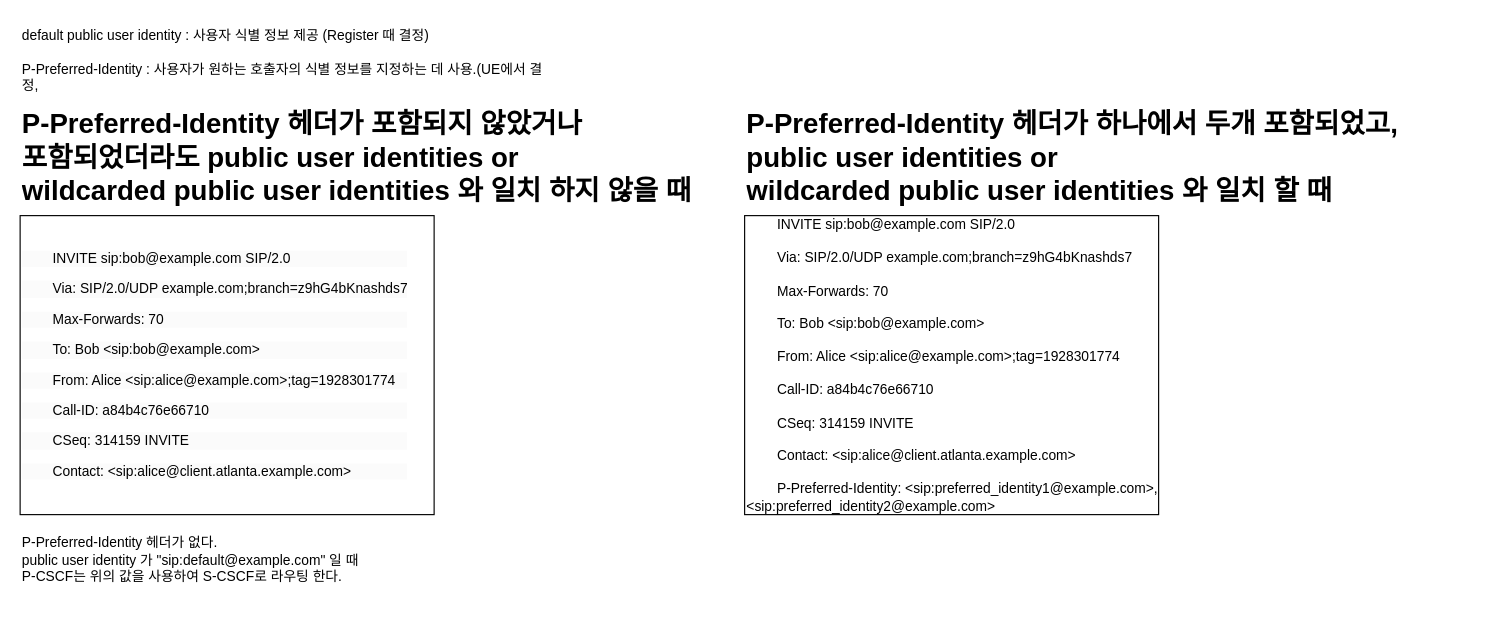
Before: 3gpp.24.229.i40.drawio in JaeHyeon774/NEWTIL, a draw.io diagram. Source tidied: cells renumbered, new cells numbered last; positions are measured from the earlier drawing's top-left corner, leaving out a move shared by most shapes. Both pictures are drawn from the tidied source at 115%, with x=0, y=0 at pixel (20, 20).
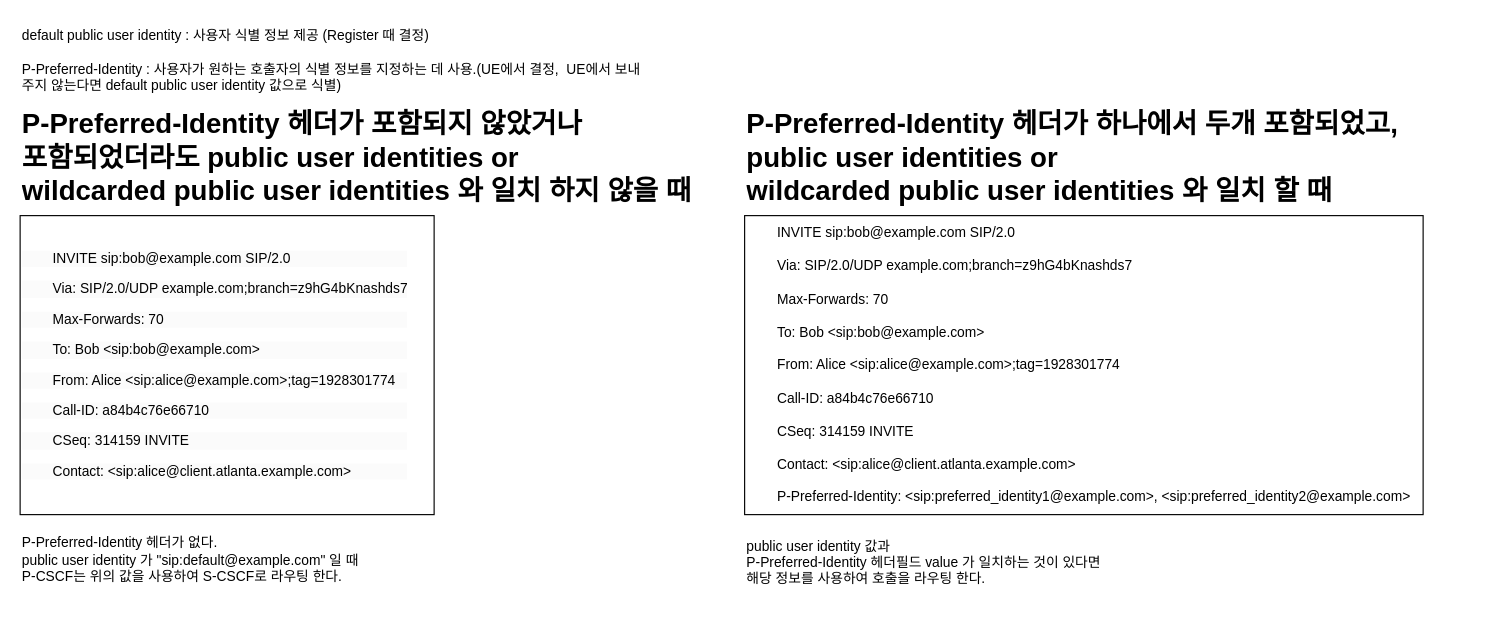
After the change.

Change to the diagram source:
```diff
@@
 <mxGraphModel>
   <root>
     <mxCell id="0" />
     <mxCell id="1" parent="0" />
-    <mxCell id="2" value="default public user identity :&amp;nbsp;사용자 식별 정보 제공 (Register 때 결정)&lt;div&gt;&lt;br&gt;&lt;div&gt;P-Preferred-Identity : 사용자가 원하는 호출자의 식별 정보를 지정하는 데 사용.(UE에서 결정,&amp;nbsp;&lt;/div&gt;&lt;/div&gt;" style="text;html=1;align=left;verticalAlign=middle;whiteSpace=wrap;rounded=0;" parent="1" vertex="1">
-      <mxGeometry width="460" height="70" as="geometry" />
+    <mxCell id="2" value="default public user identity :&amp;nbsp;사용자 식별 정보 제공 (Register 때 결정)&lt;div&gt;&lt;br&gt;&lt;div&gt;P-Preferred-Identity : 사용자가 원하는 호출자의 식별 정보를 지정하는 데 사용.(UE에서 결정,&amp;nbsp; UE에서 보내 주지 않는다면 default public user identity 값으로 식별)&lt;/div&gt;&lt;/div&gt;" style="text;html=1;align=left;verticalAlign=middle;whiteSpace=wrap;rounded=0;" parent="1" vertex="1">
+      <mxGeometry width="550" height="70" as="geometry" />
     </mxCell>
     <mxCell id="3" style="group;" parent="1" vertex="1">
       <mxGeometry y="70" width="630" height="440" as="geometry" />
     </mxCell>
     <mxCell id="4" value="&lt;h1 style=&quot;margin-top: 0px;&quot;&gt;P-Preferred-Identity 헤더가 포함되지 않았거나&lt;br&gt;포함되었더라도 public user identities or &lt;br&gt;wildcarded public user identities 와 일치 하지 않을 때&amp;nbsp;&amp;nbsp;&lt;/h1&gt;&lt;p&gt;&lt;span style=&quot;white-space: pre;&quot;&gt;&#9;&lt;/span&gt;&lt;br&gt;&lt;/p&gt;&lt;p&gt;&lt;span style=&quot;white-space: pre;&quot;&gt;&lt;span style=&quot;white-space: pre;&quot;&gt;&lt;span style=&quot;white-space: pre;&quot;&gt;&#9;&lt;/span&gt;&#9;&lt;/span&gt;&#9;&lt;/span&gt;&lt;br&gt;&lt;/p&gt;&lt;div&gt;&lt;br&gt;&lt;/div&gt;&lt;div&gt;&lt;br&gt;&lt;/div&gt;&lt;div&gt;&lt;br&gt;&lt;/div&gt;&lt;div&gt;&lt;br&gt;&lt;/div&gt;&lt;div&gt;&lt;br&gt;&lt;/div&gt;&lt;div&gt;&lt;br&gt;&lt;/div&gt;&lt;div&gt;&lt;br&gt;&lt;/div&gt;&lt;div&gt;&lt;br&gt;&lt;/div&gt;&lt;div&gt;&lt;br&gt;&lt;/div&gt;&lt;div&gt;&lt;br&gt;&lt;/div&gt;&lt;div&gt;&lt;br&gt;&lt;/div&gt;&lt;div&gt;&lt;br&gt;&lt;/div&gt;&lt;div&gt;&lt;br&gt;&lt;/div&gt;&lt;div&gt;&lt;br&gt;&lt;/div&gt;&lt;div&gt;&lt;br&gt;&lt;/div&gt;&lt;div&gt;P-Preferred-Identity 헤더가 없다.&lt;/div&gt;&lt;div&gt;public user identity 가 &quot;sip:default@example.com&quot; 일 때&lt;/div&gt;&lt;div&gt;P-CSCF는 위의 값을 사용하여 S-CSCF로 라우팅 한다.&amp;nbsp;&lt;/div&gt;" style="text;html=1;whiteSpace=wrap;overflow=hidden;rounded=0;" parent="3" vertex="1">
       <mxGeometry width="630" height="440" as="geometry" />
     </mxCell>
     <mxCell id="5" value="&lt;br&gt;&lt;p style=&quot;forced-color-adjust: none; color: rgb(0, 0, 0); font-family: Helvetica; font-size: 12px; font-style: normal; font-variant-ligatures: normal; font-variant-caps: normal; font-weight: 400; letter-spacing: normal; orphans: 2; text-indent: 0px; text-transform: none; widows: 2; word-spacing: 0px; -webkit-text-stroke-width: 0px; white-space: normal; background-color: rgb(251, 251, 251); text-decoration-thickness: initial; text-decoration-style: initial; text-decoration-color: initial;&quot;&gt;&lt;span style=&quot;white-space: pre;&quot;&gt;&#9;&lt;/span&gt;INVITE sip:bob@example.com SIP/2.0&lt;/p&gt;&lt;p style=&quot;forced-color-adjust: none; color: rgb(0, 0, 0); font-family: Helvetica; font-size: 12px; font-style: normal; font-variant-ligatures: normal; font-variant-caps: normal; font-weight: 400; letter-spacing: normal; orphans: 2; text-indent: 0px; text-transform: none; widows: 2; word-spacing: 0px; -webkit-text-stroke-width: 0px; white-space: normal; background-color: rgb(251, 251, 251); text-decoration-thickness: initial; text-decoration-style: initial; text-decoration-color: initial;&quot;&gt;&lt;span style=&quot;white-space: pre;&quot;&gt;&#9;&lt;/span&gt;Via: SIP/2.0/UDP example.com;branch=z9hG4bKnashds7&lt;/p&gt;&lt;p style=&quot;forced-color-adjust: none; color: rgb(0, 0, 0); font-family: Helvetica; font-size: 12px; font-style: normal; font-variant-ligatures: normal; font-variant-caps: normal; font-weight: 400; letter-spacing: normal; orphans: 2; text-indent: 0px; text-transform: none; widows: 2; word-spacing: 0px; -webkit-text-stroke-width: 0px; white-space: normal; background-color: rgb(251, 251, 251); text-decoration-thickness: initial; text-decoration-style: initial; text-decoration-color: initial;&quot;&gt;&lt;span style=&quot;white-space: pre;&quot;&gt;&#9;&lt;/span&gt;Max-Forwards: 70&lt;/p&gt;&lt;p style=&quot;forced-color-adjust: none; color: rgb(0, 0, 0); font-family: Helvetica; font-size: 12px; font-style: normal; font-variant-ligatures: normal; font-variant-caps: normal; font-weight: 400; letter-spacing: normal; orphans: 2; text-indent: 0px; text-transform: none; widows: 2; word-spacing: 0px; -webkit-text-stroke-width: 0px; white-space: normal; background-color: rgb(251, 251, 251); text-decoration-thickness: initial; text-decoration-style: initial; text-decoration-color: initial;&quot;&gt;&lt;span style=&quot;white-space: pre;&quot;&gt;&#9;&lt;/span&gt;To: Bob &amp;lt;sip:bob@example.com&amp;gt;&lt;/p&gt;&lt;p style=&quot;forced-color-adjust: none; color: rgb(0, 0, 0); font-family: Helvetica; font-size: 12px; font-style: normal; font-variant-ligatures: normal; font-variant-caps: normal; font-weight: 400; letter-spacing: normal; orphans: 2; text-indent: 0px; text-transform: none; widows: 2; word-spacing: 0px; -webkit-text-stroke-width: 0px; white-space: normal; background-color: rgb(251, 251, 251); text-decoration-thickness: initial; text-decoration-style: initial; text-decoration-color: initial;&quot;&gt;&lt;span style=&quot;white-space: pre;&quot;&gt;&#9;&lt;/span&gt;From: Alice &amp;lt;sip:alice@example.com&amp;gt;;tag=1928301774&lt;/p&gt;&lt;p style=&quot;forced-color-adjust: none; color: rgb(0, 0, 0); font-family: Helvetica; font-size: 12px; font-style: normal; font-variant-ligatures: normal; font-variant-caps: normal; font-weight: 400; letter-spacing: normal; orphans: 2; text-indent: 0px; text-transform: none; widows: 2; word-spacing: 0px; -webkit-text-stroke-width: 0px; white-space: normal; background-color: rgb(251, 251, 251); text-decoration-thickness: initial; text-decoration-style: initial; text-decoration-color: initial;&quot;&gt;&lt;span style=&quot;white-space: pre;&quot;&gt;&#9;&lt;/span&gt;Call-ID: a84b4c76e66710&lt;/p&gt;&lt;p style=&quot;forced-color-adjust: none; color: rgb(0, 0, 0); font-family: Helvetica; font-size: 12px; font-style: normal; font-variant-ligatures: normal; font-variant-caps: normal; font-weight: 400; letter-spacing: normal; orphans: 2; text-indent: 0px; text-transform: none; widows: 2; word-spacing: 0px; -webkit-text-stroke-width: 0px; white-space: normal; background-color: rgb(251, 251, 251); text-decoration-thickness: initial; text-decoration-style: initial; text-decoration-color: initial;&quot;&gt;&lt;span style=&quot;white-space: pre;&quot;&gt;&#9;&lt;/span&gt;CSeq: 314159 INVITE&lt;/p&gt;&lt;p style=&quot;forced-color-adjust: none; color: rgb(0, 0, 0); font-family: Helvetica; font-size: 12px; font-style: normal; font-variant-ligatures: normal; font-variant-caps: normal; font-weight: 400; letter-spacing: normal; orphans: 2; text-indent: 0px; text-transform: none; widows: 2; word-spacing: 0px; -webkit-text-stroke-width: 0px; white-space: normal; background-color: rgb(251, 251, 251); text-decoration-thickness: initial; text-decoration-style: initial; text-decoration-color: initial;&quot;&gt;&lt;span style=&quot;white-space: pre;&quot;&gt;&#9;&lt;/span&gt;Contact: &amp;lt;sip:alice@client.atlanta.example.com&amp;gt;&lt;/p&gt;&lt;div&gt;&lt;br&gt;&lt;/div&gt;" style="rounded=0;whiteSpace=wrap;html=1;align=left;" parent="3" vertex="1">
       <mxGeometry y="100" width="360" height="260" as="geometry" />
     </mxCell>
     <mxCell id="6" style="group;" parent="1" vertex="1">
       <mxGeometry x="630" y="70" width="630" height="440" as="geometry" />
     </mxCell>
-    <mxCell id="7" value="&lt;h1 style=&quot;margin-top: 0px;&quot;&gt;P-Preferred-Identity 헤더가 하나에서 두개 포함되었고,&lt;br&gt;public user identities or&lt;br&gt;wildcarded public user identities 와 일치 할 때&lt;span style=&quot;background-color: initial; font-size: 12px; font-weight: normal; white-space: pre;&quot;&gt;&#9;&lt;/span&gt;&lt;/h1&gt;&lt;p&gt;&lt;span style=&quot;white-space: pre;&quot;&gt;&lt;span style=&quot;white-space: pre;&quot;&gt;&lt;span style=&quot;white-space: pre;&quot;&gt;&#9;&lt;/span&gt;&#9;&lt;/span&gt;&#9;&lt;/span&gt;&lt;br&gt;&lt;/p&gt;&lt;div&gt;&lt;br&gt;&lt;/div&gt;&lt;div&gt;&lt;br&gt;&lt;/div&gt;&lt;div&gt;&lt;br&gt;&lt;/div&gt;&lt;div&gt;&lt;br&gt;&lt;/div&gt;&lt;div&gt;&lt;br&gt;&lt;/div&gt;&lt;div&gt;&lt;br&gt;&lt;/div&gt;&lt;div&gt;&lt;br&gt;&lt;/div&gt;&lt;div&gt;&lt;br&gt;&lt;/div&gt;&lt;div&gt;&lt;br&gt;&lt;/div&gt;&lt;div&gt;&lt;br&gt;&lt;/div&gt;&lt;div&gt;&lt;br&gt;&lt;/div&gt;&lt;div&gt;&lt;br&gt;&lt;/div&gt;&lt;div&gt;&lt;br&gt;&lt;/div&gt;&lt;div&gt;&lt;br&gt;&lt;/div&gt;&lt;div&gt;&lt;br&gt;&lt;/div&gt;&lt;div&gt;&lt;br&gt;&lt;/div&gt;&lt;div&gt;&lt;span style=&quot;background-color: initial;&quot;&gt;&amp;nbsp;&lt;/span&gt;&lt;br&gt;&lt;/div&gt;" style="text;html=1;whiteSpace=wrap;overflow=hidden;rounded=0;" parent="6" vertex="1">
+    <mxCell id="7" value="&lt;h1 style=&quot;margin-top: 0px;&quot;&gt;P-Preferred-Identity 헤더가 하나에서 두개 포함되었고,&lt;br&gt;public user identities or&lt;br&gt;wildcarded public user identities 와 일치 할 때&lt;span style=&quot;background-color: initial; font-size: 12px; font-weight: normal; white-space: pre;&quot;&gt;&#9;&lt;/span&gt;&lt;/h1&gt;&lt;p&gt;&lt;span style=&quot;white-space: pre;&quot;&gt;&lt;span style=&quot;white-space: pre;&quot;&gt;&lt;span style=&quot;white-space: pre;&quot;&gt;&#9;&lt;/span&gt;&#9;&lt;/span&gt;&#9;&lt;/span&gt;&lt;br&gt;&lt;/p&gt;&lt;div&gt;&lt;br&gt;&lt;/div&gt;&lt;div&gt;&lt;br&gt;&lt;/div&gt;&lt;div&gt;&lt;br&gt;&lt;/div&gt;&lt;div&gt;&lt;br&gt;&lt;/div&gt;&lt;div&gt;&lt;br&gt;&lt;/div&gt;&lt;div&gt;&lt;br&gt;&lt;/div&gt;&lt;div&gt;&lt;br&gt;&lt;/div&gt;&lt;div&gt;&lt;br&gt;&lt;/div&gt;&lt;div&gt;&lt;br&gt;&lt;/div&gt;&lt;div&gt;&lt;br&gt;&lt;/div&gt;&lt;div&gt;&lt;br&gt;&lt;/div&gt;&lt;div&gt;&lt;br&gt;&lt;/div&gt;&lt;div&gt;&lt;br&gt;&lt;/div&gt;&lt;div&gt;&lt;br&gt;&lt;/div&gt;&lt;div&gt;&lt;br&gt;&lt;/div&gt;&lt;div&gt;&lt;br&gt;&lt;/div&gt;&lt;div&gt;&lt;br&gt;&lt;/div&gt;&lt;div&gt;public user identity 값과 &lt;br&gt;P-Preferred-Identity 헤더필드 value 가 일치하는 것이 있다면&lt;br&gt;해당 정보를 사용하여 호출을 라우팅 한다.&lt;/div&gt;" style="text;html=1;whiteSpace=wrap;overflow=hidden;rounded=0;" parent="6" vertex="1">
       <mxGeometry width="630" height="440" as="geometry" />
     </mxCell>
     <mxCell id="8" value="&lt;div&gt;&lt;div&gt;&lt;span style=&quot;white-space: pre;&quot;&gt;&#9;&lt;/span&gt;INVITE sip:bob@example.com SIP/2.0&lt;/div&gt;&lt;div&gt;&lt;br&gt;&lt;/div&gt;&lt;div&gt;&lt;span style=&quot;white-space: pre;&quot;&gt;&#9;&lt;/span&gt;Via: SIP/2.0/UDP example.com;branch=z9hG4bKnashds7&lt;/div&gt;&lt;div&gt;&lt;br&gt;&lt;/div&gt;&lt;div&gt;&lt;span style=&quot;white-space: pre;&quot;&gt;&#9;&lt;/span&gt;Max-Forwards: 70&lt;/div&gt;&lt;div&gt;&lt;br&gt;&lt;/div&gt;&lt;div&gt;&lt;span style=&quot;white-space: pre;&quot;&gt;&#9;&lt;/span&gt;To: Bob &amp;lt;sip:bob@example.com&amp;gt;&lt;/div&gt;&lt;div&gt;&lt;br&gt;&lt;/div&gt;&lt;div&gt;&lt;span style=&quot;white-space: pre;&quot;&gt;&#9;&lt;/span&gt;From: Alice &amp;lt;sip:alice@example.com&amp;gt;;tag=1928301774&lt;/div&gt;&lt;div&gt;&lt;br&gt;&lt;/div&gt;&lt;div&gt;&lt;span style=&quot;white-space: pre;&quot;&gt;&#9;&lt;/span&gt;Call-ID: a84b4c76e66710&lt;/div&gt;&lt;div&gt;&lt;br&gt;&lt;/div&gt;&lt;div&gt;&lt;span style=&quot;white-space: pre;&quot;&gt;&#9;&lt;/span&gt;CSeq: 314159 INVITE&lt;/div&gt;&lt;div&gt;&lt;br&gt;&lt;/div&gt;&lt;div&gt;&lt;span style=&quot;white-space: pre;&quot;&gt;&#9;&lt;/span&gt;Contact: &amp;lt;sip:alice@client.atlanta.example.com&amp;gt;&lt;/div&gt;&lt;div&gt;&lt;br&gt;&lt;/div&gt;&lt;div&gt;&lt;span style=&quot;white-space: pre;&quot;&gt;&#9;&lt;/span&gt;P-Preferred-Identity: &amp;lt;sip:preferred_identity1@example.com&amp;gt;, &amp;lt;sip:preferred_identity2@example.com&amp;gt;&lt;/div&gt;&lt;/div&gt;" style="rounded=0;whiteSpace=wrap;html=1;align=left;" parent="6" vertex="1">
-      <mxGeometry y="100" width="360" height="260" as="geometry" />
+      <mxGeometry y="100" width="590" height="260" as="geometry" />
     </mxCell>
   </root>
 </mxGraphModel>
```
